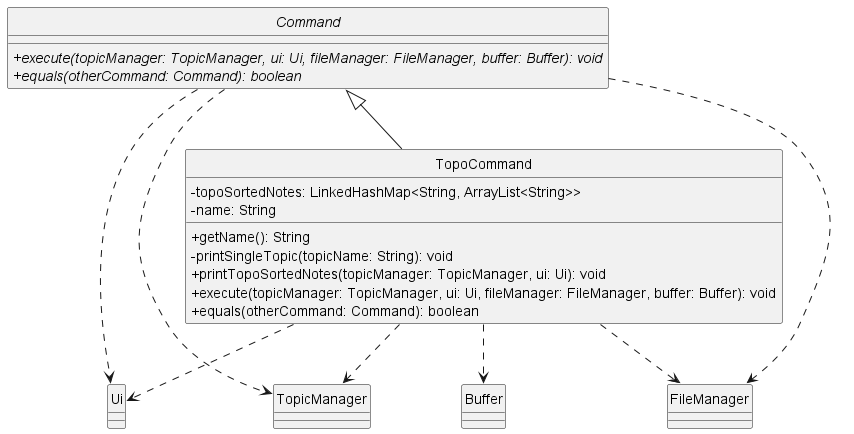
ong-ck/tp keeps this PlantUML diagram as docs/class-diagrams/diagrams/TopoCommandClass.png. Above is the earlier version.
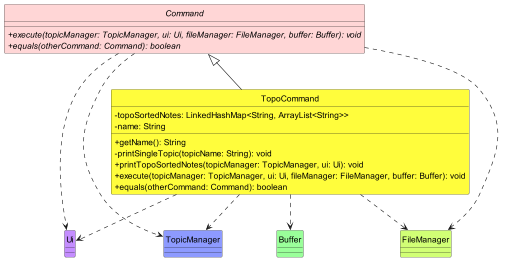
Above is the later version.

Commit message:
Update colour for TopoCommand UML Class Diagram

The edit, as a diff of the source:
```diff
@@ -1,12 +1,13 @@
 @startuml
+!include ../../style.iuml
 skinparam classAttributeIconSize 0
 hide circle
-abstract class Command {
+abstract class Command Command_STYLE {
 +execute(topicManager: TopicManager, ui: Ui, fileManager: FileManager, buffer: Buffer): void {abstract}
 +equals(otherCommand: Command): boolean {abstract}
 }
 
-class TopoCommand {
+class TopoCommand TopoCommand_STYLE {
 -topoSortedNotes: LinkedHashMap<String, ArrayList<String>>
 -name: String
 
@@ -17,16 +18,16 @@
 +equals(otherCommand: Command): boolean
 }
 
-class Ui {
+class Ui Ui_STYLE {
 }
 
-class TopicManager {
+class TopicManager TopicManager_STYLE {
 }
 
-class Buffer {
+class Buffer Buffer_STYLE {
 }
 
-class FileManager {
+class FileManager FileManager_STYLE {
 }
 
 Command ..> Ui
```
